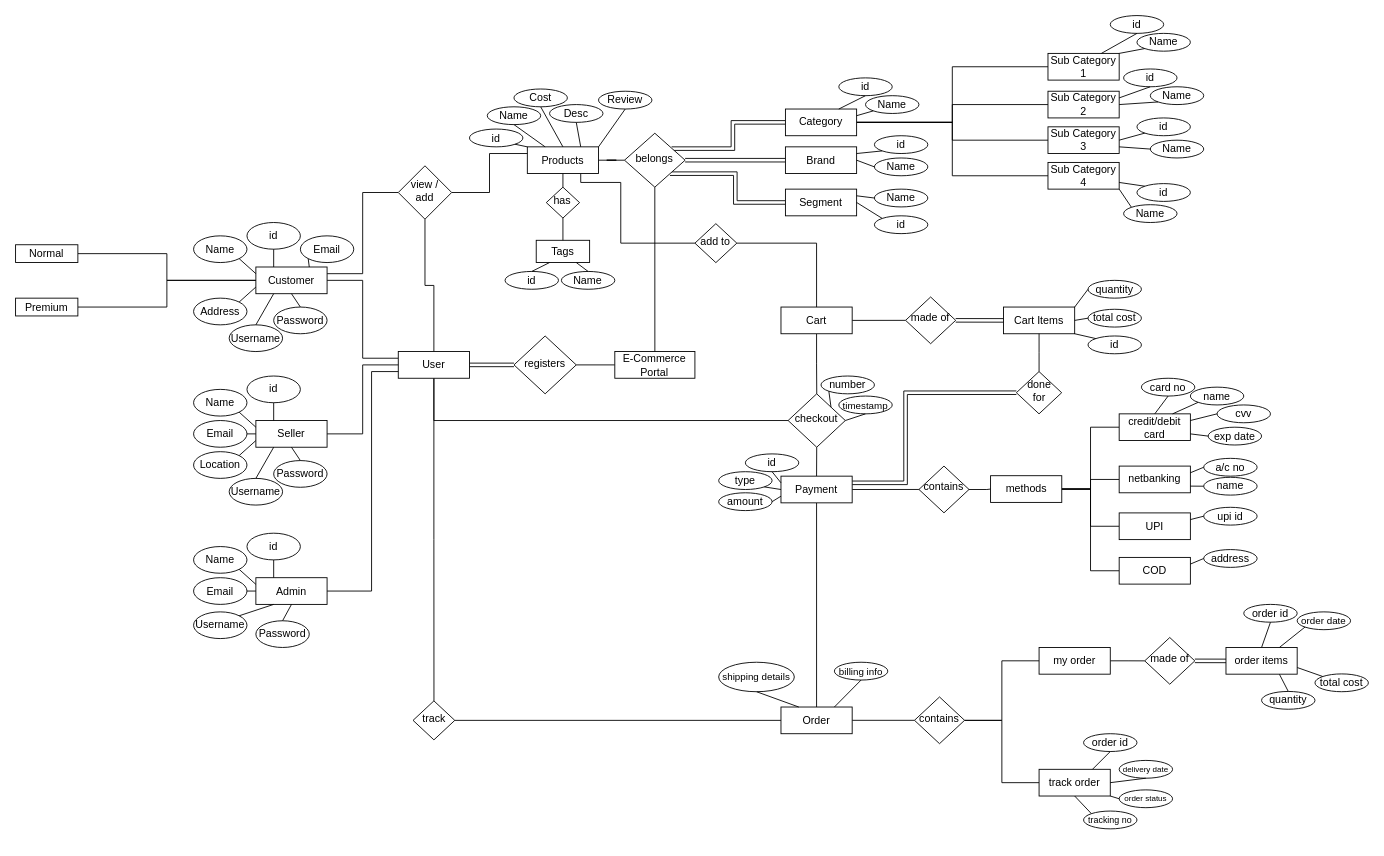
Before: Untitled Diagram.drawio in adithkrishnan98/ECommerce-Java, a draw.io diagram. Source tidied: cells renumbered, new cells numbered last; positions are measured from the earlier drawing's top-left corner, leaving out a move shared by most shapes. Both pictures are drawn from the tidied source at 89%, with x=0, y=0 at pixel (15, 15).
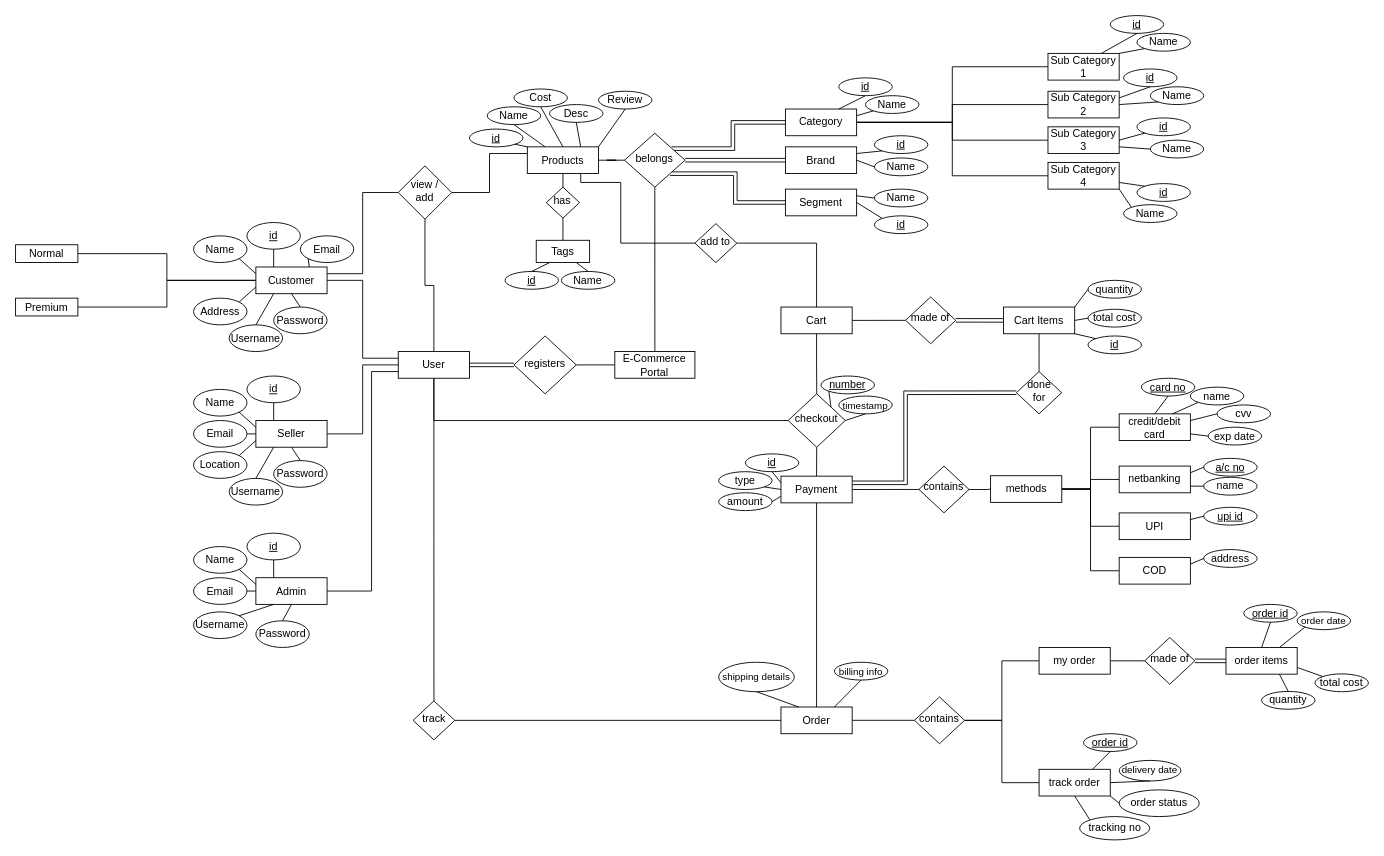
The same diagram, later.

Change to the diagram source:
```diff
@@
-    <mxCell id="8" value="id" style="ellipse;whiteSpace=wrap;html=1;" parent="1" vertex="1">
+    <mxCell id="8" value="&lt;u&gt;id&lt;/u&gt;" style="ellipse;whiteSpace=wrap;html=1;" parent="1" vertex="1">
       <mxGeometry x="260" y="232.5" width="60" height="30" as="geometry" />
     </mxCell>
@@
-    <mxCell id="27" value="id" style="ellipse;whiteSpace=wrap;html=1;" parent="1" vertex="1">
+    <mxCell id="27" value="&lt;u&gt;id&lt;/u&gt;" style="ellipse;whiteSpace=wrap;html=1;" parent="1" vertex="1">
       <mxGeometry x="260" y="405" width="60" height="30" as="geometry" />
     </mxCell>
@@
-    <mxCell id="51" value="id" style="ellipse;whiteSpace=wrap;html=1;" parent="1" vertex="1">
+    <mxCell id="51" value="&lt;u&gt;id&lt;/u&gt;" style="ellipse;whiteSpace=wrap;html=1;" parent="1" vertex="1">
       <mxGeometry x="510" y="127.5" width="60" height="20" as="geometry" />
     </mxCell>
@@
-    <mxCell id="68" value="id" style="ellipse;whiteSpace=wrap;html=1;" parent="1" vertex="1">
+    <mxCell id="68" value="&lt;u&gt;id&lt;/u&gt;" style="ellipse;whiteSpace=wrap;html=1;" parent="1" vertex="1">
       <mxGeometry x="925" y="70" width="60" height="20" as="geometry" />
     </mxCell>
@@
-    <mxCell id="72" value="id" style="ellipse;whiteSpace=wrap;html=1;" parent="1" vertex="1">
+    <mxCell id="72" value="&lt;u&gt;id&lt;/u&gt;" style="ellipse;whiteSpace=wrap;html=1;" parent="1" vertex="1">
       <mxGeometry x="965" y="135" width="60" height="20" as="geometry" />
     </mxCell>
@@
-    <mxCell id="76" value="id" style="ellipse;whiteSpace=wrap;html=1;" parent="1" vertex="1">
+    <mxCell id="76" value="&lt;u&gt;id&lt;/u&gt;" style="ellipse;whiteSpace=wrap;html=1;" parent="1" vertex="1">
       <mxGeometry x="965" y="225" width="60" height="20" as="geometry" />
     </mxCell>
@@
-    <mxCell id="87" value="id" style="ellipse;whiteSpace=wrap;html=1;" parent="1" vertex="1">
+    <mxCell id="87" value="&lt;u&gt;id&lt;/u&gt;" style="ellipse;whiteSpace=wrap;html=1;" parent="1" vertex="1">
       <mxGeometry x="1230" width="60" height="20" as="geometry" />
     </mxCell>
@@
-    <mxCell id="91" value="id" style="ellipse;whiteSpace=wrap;html=1;" parent="1" vertex="1">
+    <mxCell id="91" value="&lt;u&gt;id&lt;/u&gt;" style="ellipse;whiteSpace=wrap;html=1;" parent="1" vertex="1">
       <mxGeometry x="1245" y="60" width="60" height="20" as="geometry" />
     </mxCell>
@@
-    <mxCell id="95" value="id" style="ellipse;whiteSpace=wrap;html=1;" parent="1" vertex="1">
+    <mxCell id="95" value="&lt;u&gt;id&lt;/u&gt;" style="ellipse;whiteSpace=wrap;html=1;" parent="1" vertex="1">
       <mxGeometry x="1260" y="115" width="60" height="20" as="geometry" />
     </mxCell>
@@
-    <mxCell id="99" value="id" style="ellipse;whiteSpace=wrap;html=1;" parent="1" vertex="1">
+    <mxCell id="99" value="&lt;u&gt;id&lt;/u&gt;" style="ellipse;whiteSpace=wrap;html=1;" parent="1" vertex="1">
       <mxGeometry x="1260" y="188.8" width="60" height="20" as="geometry" />
     </mxCell>
@@
-    <mxCell id="104" value="id" style="ellipse;whiteSpace=wrap;html=1;" parent="1" vertex="1">
+    <mxCell id="104" value="&lt;u&gt;id&lt;/u&gt;" style="ellipse;whiteSpace=wrap;html=1;" parent="1" vertex="1">
       <mxGeometry x="550" y="287.5" width="60" height="20" as="geometry" />
     </mxCell>
@@
-    <mxCell id="116" value="id" style="ellipse;whiteSpace=wrap;html=1;" parent="1" vertex="1">
+    <mxCell id="116" value="&lt;u&gt;id&lt;/u&gt;" style="ellipse;whiteSpace=wrap;html=1;" parent="1" vertex="1">
       <mxGeometry x="1205" y="360" width="60" height="20" as="geometry" />
     </mxCell>
@@
-    <mxCell id="145" value="card no" style="ellipse;whiteSpace=wrap;html=1;" parent="1" vertex="1">
+    <mxCell id="145" value="&lt;u&gt;card no&lt;/u&gt;" style="ellipse;whiteSpace=wrap;html=1;" parent="1" vertex="1">
       <mxGeometry x="1265" y="407.5" width="60" height="20" as="geometry" />
     </mxCell>
@@
-    <mxCell id="153" value="a/c no" style="ellipse;whiteSpace=wrap;html=1;" parent="1" vertex="1">
+    <mxCell id="153" value="&lt;u&gt;a/c no&lt;/u&gt;" style="ellipse;whiteSpace=wrap;html=1;" parent="1" vertex="1">
       <mxGeometry x="1335" y="497.5" width="60" height="20" as="geometry" />
     </mxCell>
@@
-    <mxCell id="157" value="upi id" style="ellipse;whiteSpace=wrap;html=1;" parent="1" vertex="1">
+    <mxCell id="157" value="&lt;u&gt;upi id&lt;/u&gt;" style="ellipse;whiteSpace=wrap;html=1;" parent="1" vertex="1">
       <mxGeometry x="1335" y="552.5" width="60" height="20" as="geometry" />
     </mxCell>
@@
-    <mxCell id="161" value="id" style="ellipse;whiteSpace=wrap;html=1;" parent="1" vertex="1">
+    <mxCell id="161" value="&lt;u&gt;id&lt;/u&gt;" style="ellipse;whiteSpace=wrap;html=1;" parent="1" vertex="1">
       <mxGeometry x="820" y="492.5" width="60" height="20" as="geometry" />
     </mxCell>
@@
-    <mxCell id="167" value="number" style="ellipse;whiteSpace=wrap;html=1;" parent="1" vertex="1">
+    <mxCell id="167" value="&lt;u&gt;number&lt;/u&gt;" style="ellipse;whiteSpace=wrap;html=1;" parent="1" vertex="1">
       <mxGeometry x="905" y="405" width="60" height="20" as="geometry" />
     </mxCell>
@@
-    <mxCell id="176" value="order id" style="ellipse;whiteSpace=wrap;html=1;" parent="1" vertex="1">
+    <mxCell id="176" value="&lt;u&gt;order id&lt;/u&gt;" style="ellipse;whiteSpace=wrap;html=1;" parent="1" vertex="1">
       <mxGeometry x="1380" y="661.6" width="60" height="20" as="geometry" />
     </mxCell>
@@
-    <mxCell id="185" value="order id" style="ellipse;whiteSpace=wrap;html=1;" parent="1" vertex="1">
+    <mxCell id="185" value="&lt;u&gt;order id&lt;/u&gt;" style="ellipse;whiteSpace=wrap;html=1;" parent="1" vertex="1">
       <mxGeometry x="1200" y="806.9" width="60" height="20" as="geometry" />
     </mxCell>
-    <mxCell id="186" value="delivery date" style="ellipse;whiteSpace=wrap;html=1;fontSize=9;" parent="1" vertex="1">
-      <mxGeometry x="1240" y="836.9" width="60" height="20" as="geometry" />
+    <mxCell id="186" value="&lt;font style=&quot;font-size: 11px&quot;&gt;delivery date&lt;/font&gt;" style="ellipse;whiteSpace=wrap;html=1;fontSize=9;" parent="1" vertex="1">
+      <mxGeometry x="1240" y="836.9" width="69.4" height="23.1" as="geometry" />
     </mxCell>
-    <mxCell id="187" value="order status" style="ellipse;whiteSpace=wrap;html=1;fontSize=9;" parent="1" vertex="1">
-      <mxGeometry x="1240" y="870" width="60" height="20" as="geometry" />
+    <mxCell id="187" value="&lt;font style=&quot;font-size: 12px&quot;&gt;order status&lt;/font&gt;" style="ellipse;whiteSpace=wrap;html=1;fontSize=9;" parent="1" vertex="1">
+      <mxGeometry x="1240" y="870" width="90" height="30" as="geometry" />
     </mxCell>
-    <mxCell id="188" value="tracking no" style="ellipse;whiteSpace=wrap;html=1;fontSize=10;" parent="1" vertex="1">
-      <mxGeometry x="1200" y="893.8" width="60" height="20" as="geometry" />
+    <mxCell id="188" value="&lt;font style=&quot;font-size: 12px&quot;&gt;tracking no&lt;/font&gt;" style="ellipse;whiteSpace=wrap;html=1;fontSize=10;" parent="1" vertex="1">
+      <mxGeometry x="1195.6" y="900" width="78.7" height="26.2" as="geometry" />
     </mxCell>
@@
-    <mxCell id="199" value="id" style="ellipse;whiteSpace=wrap;html=1;" parent="1" vertex="1">
+    <mxCell id="199" value="&lt;u&gt;id&lt;/u&gt;" style="ellipse;whiteSpace=wrap;html=1;" parent="1" vertex="1">
       <mxGeometry x="260" y="581.6" width="60" height="30" as="geometry" />
     </mxCell>
```
